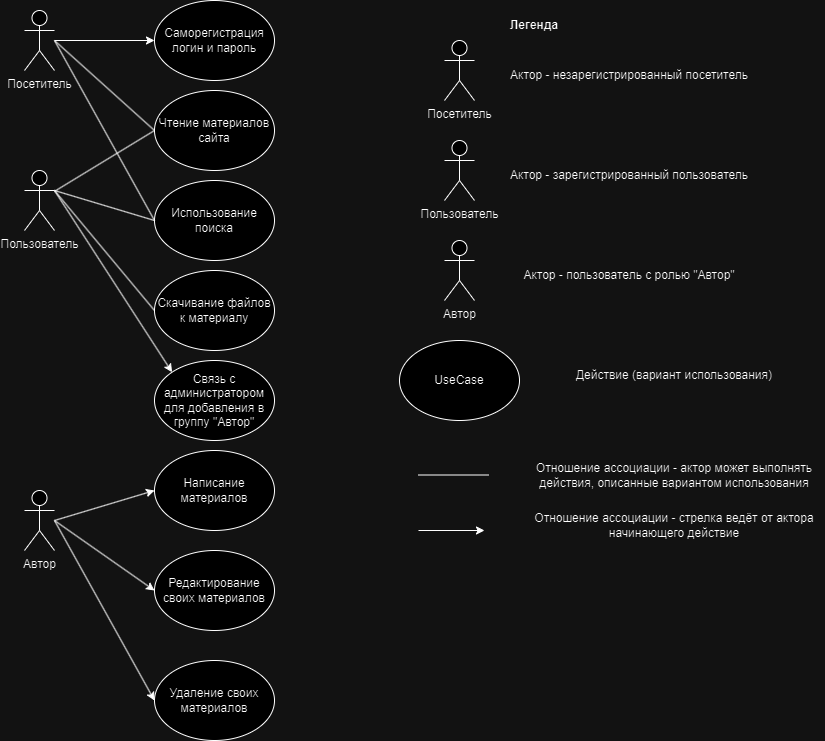
proDreams/Arch4901 keeps this draw.io diagram as HW6/UseCase Blog.drawio.png. Above is the earlier version. Source tidied: cells renumbered, new cells last; positions are measured from the earlier drawing's top-left corner, leaving out a move shared by most shapes. Source of this version:
```xml
<mxGraphModel>
  <root>
    <mxCell id="0" />
    <mxCell id="1" parent="0" />
    <mxCell id="2" value="Посетитель" style="shape=umlActor;verticalLabelPosition=bottom;verticalAlign=top;html=1;outlineConnect=0;" parent="1" vertex="1">
      <mxGeometry y="10" width="30" height="60" as="geometry" />
    </mxCell>
    <mxCell id="3" value="Саморегистрация&lt;br&gt;логин и пароль" style="ellipse;whiteSpace=wrap;html=1;" parent="1" vertex="1">
      <mxGeometry x="130" width="120" height="80" as="geometry" />
    </mxCell>
    <mxCell id="4" style="endArrow=classic;html=1;rounded=0;entryX=0;entryY=0.5;entryDx=0;entryDy=0;" parent="1" edge="1" source="2" target="3">
      <mxGeometry relative="1" as="geometry" />
    </mxCell>
    <mxCell id="5" value="Чтение материалов&lt;br&gt;сайта" style="ellipse;whiteSpace=wrap;html=1;" parent="1" vertex="1">
      <mxGeometry x="130" y="90" width="120" height="80" as="geometry" />
    </mxCell>
    <mxCell id="6" style="endArrow=none;html=1;rounded=0;entryX=0;entryY=0.5;entryDx=0;entryDy=0;" parent="1" edge="1" target="5">
      <mxGeometry relative="1" as="geometry">
        <mxPoint x="30" y="40" as="sourcePoint" />
      </mxGeometry>
    </mxCell>
    <mxCell id="7" value="Использование поиска" style="ellipse;whiteSpace=wrap;html=1;" parent="1" vertex="1">
      <mxGeometry x="130" y="180" width="120" height="80" as="geometry" />
    </mxCell>
    <mxCell id="8" style="endArrow=none;html=1;rounded=0;entryX=0;entryY=0.5;entryDx=0;entryDy=0;" parent="1" edge="1" target="7">
      <mxGeometry relative="1" as="geometry">
        <mxPoint x="30" y="40" as="sourcePoint" />
      </mxGeometry>
    </mxCell>
    <mxCell id="9" value="Скачивание файлов к материалу" style="ellipse;whiteSpace=wrap;html=1;" parent="1" vertex="1">
      <mxGeometry x="130" y="270" width="120" height="80" as="geometry" />
    </mxCell>
    <mxCell id="10" value="Пользователь" style="shape=umlActor;verticalLabelPosition=bottom;verticalAlign=top;html=1;outlineConnect=0;" parent="1" vertex="1">
      <mxGeometry y="170" width="30" height="60" as="geometry" />
    </mxCell>
    <mxCell id="11" style="endArrow=none;html=1;rounded=0;entryX=0;entryY=0.5;entryDx=0;entryDy=0;" parent="1" edge="1" source="10" target="5">
      <mxGeometry relative="1" as="geometry" />
    </mxCell>
    <mxCell id="12" style="endArrow=none;html=1;rounded=0;entryX=0;entryY=0.5;entryDx=0;entryDy=0;" parent="1" edge="1" target="7">
      <mxGeometry relative="1" as="geometry">
        <mxPoint x="30" y="190" as="sourcePoint" />
      </mxGeometry>
    </mxCell>
    <mxCell id="13" style="endArrow=none;html=1;rounded=0;entryX=0;entryY=0.5;entryDx=0;entryDy=0;exitX=1;exitY=0.3333333333333333;exitDx=0;exitDy=0;exitPerimeter=0;" parent="1" edge="1" source="10" target="9">
      <mxGeometry relative="1" as="geometry" />
    </mxCell>
    <mxCell id="14" value="Связь с администратором для добавления в группу &quot;Автор&quot;" style="ellipse;whiteSpace=wrap;html=1;" parent="1" vertex="1">
      <mxGeometry x="130" y="360" width="120" height="80" as="geometry" />
    </mxCell>
    <mxCell id="15" style="endArrow=classic;html=1;rounded=0;entryX=0;entryY=0;entryDx=0;entryDy=0;" parent="1" edge="1" target="14">
      <mxGeometry relative="1" as="geometry">
        <mxPoint x="30" y="190" as="sourcePoint" />
      </mxGeometry>
    </mxCell>
    <mxCell id="16" value="Автор" style="shape=umlActor;verticalLabelPosition=bottom;verticalAlign=top;html=1;" parent="1" vertex="1">
      <mxGeometry y="490" width="30" height="60" as="geometry" />
    </mxCell>
    <mxCell id="17" value="Написание материалов" style="ellipse;whiteSpace=wrap;html=1;" parent="1" vertex="1">
      <mxGeometry x="130" y="450" width="120" height="80" as="geometry" />
    </mxCell>
    <mxCell id="18" style="endArrow=classic;html=1;rounded=0;entryX=0;entryY=0.5;entryDx=0;entryDy=0;" parent="1" edge="1" target="17">
      <mxGeometry relative="1" as="geometry">
        <mxPoint x="30" y="520" as="sourcePoint" />
      </mxGeometry>
    </mxCell>
    <mxCell id="19" value="Редактирование своих материалов" style="ellipse;whiteSpace=wrap;html=1;" parent="1" vertex="1">
      <mxGeometry x="130" y="550" width="120" height="80" as="geometry" />
    </mxCell>
    <mxCell id="20" value="Удаление своих материалов" style="ellipse;whiteSpace=wrap;html=1;" parent="1" vertex="1">
      <mxGeometry x="130" y="660" width="120" height="80" as="geometry" />
    </mxCell>
    <mxCell id="21" style="endArrow=classic;html=1;rounded=0;entryX=0;entryY=0.5;entryDx=0;entryDy=0;" parent="1" edge="1" target="19">
      <mxGeometry relative="1" as="geometry">
        <mxPoint x="30" y="520" as="sourcePoint" />
      </mxGeometry>
    </mxCell>
    <mxCell id="22" style="endArrow=classic;html=1;rounded=0;entryX=0;entryY=0.5;entryDx=0;entryDy=0;" parent="1" edge="1" target="20">
      <mxGeometry relative="1" as="geometry">
        <mxPoint x="30" y="520" as="sourcePoint" />
      </mxGeometry>
    </mxCell>
    <mxCell id="23" value="&lt;b&gt;Легенда&lt;/b&gt;" style="text;html=1;strokeColor=none;fillColor=none;align=center;verticalAlign=middle;whiteSpace=wrap;rounded=0;" parent="1" vertex="1">
      <mxGeometry x="480" y="10" width="60" height="30" as="geometry" />
    </mxCell>
    <mxCell id="24" value="Посетитель" style="shape=umlActor;verticalLabelPosition=bottom;verticalAlign=top;html=1;" parent="1" vertex="1">
      <mxGeometry x="420" y="40" width="30" height="60" as="geometry" />
    </mxCell>
    <mxCell id="25" value="Актор - незарегистрированный посетитель" style="text;html=1;strokeColor=none;fillColor=none;align=center;verticalAlign=middle;whiteSpace=wrap;rounded=0;" parent="1" vertex="1">
      <mxGeometry x="480" y="60" width="250" height="30" as="geometry" />
    </mxCell>
    <mxCell id="26" value="Пользователь" style="shape=umlActor;verticalLabelPosition=bottom;verticalAlign=top;html=1;" parent="1" vertex="1">
      <mxGeometry x="420" y="140" width="30" height="60" as="geometry" />
    </mxCell>
    <mxCell id="27" value="Актор - зарегистрированный пользователь" style="text;html=1;strokeColor=none;fillColor=none;align=center;verticalAlign=middle;whiteSpace=wrap;rounded=0;" parent="1" vertex="1">
      <mxGeometry x="480" y="160" width="250" height="30" as="geometry" />
    </mxCell>
    <mxCell id="28" value="Автор" style="shape=umlActor;verticalLabelPosition=bottom;verticalAlign=top;html=1;" parent="1" vertex="1">
      <mxGeometry x="420" y="240" width="30" height="60" as="geometry" />
    </mxCell>
    <mxCell id="29" value="Актор - пользователь с ролью &quot;Автор&quot;" style="text;html=1;strokeColor=none;fillColor=none;align=center;verticalAlign=middle;whiteSpace=wrap;rounded=0;" parent="1" vertex="1">
      <mxGeometry x="480" y="260" width="250" height="30" as="geometry" />
    </mxCell>
    <mxCell id="30" value="UseCase" style="ellipse;whiteSpace=wrap;html=1;" parent="1" vertex="1">
      <mxGeometry x="375" y="340" width="120" height="80" as="geometry" />
    </mxCell>
    <mxCell id="31" value="Отношение ассоциации - актор может выполнять действия, описанные вариантом использования" style="text;html=1;strokeColor=none;fillColor=none;align=center;verticalAlign=middle;whiteSpace=wrap;rounded=0;" parent="1" vertex="1">
      <mxGeometry x="500" y="460" width="300" height="30" as="geometry" />
    </mxCell>
    <mxCell id="32" value="Действие (вариант использования)" style="text;html=1;strokeColor=none;fillColor=none;align=center;verticalAlign=middle;whiteSpace=wrap;rounded=0;" parent="1" vertex="1">
      <mxGeometry x="500" y="360" width="300" height="30" as="geometry" />
    </mxCell>
    <mxCell id="33" style="endArrow=none;html=1;rounded=0;" parent="1" edge="1">
      <mxGeometry relative="1" as="geometry">
        <mxPoint x="394" y="474.5" as="sourcePoint" />
        <mxPoint x="464" y="474.5" as="targetPoint" />
      </mxGeometry>
    </mxCell>
    <mxCell id="34" value="Отношение ассоциации - стрелка ведёт от актора начинающего действие" style="text;html=1;strokeColor=none;fillColor=none;align=center;verticalAlign=middle;whiteSpace=wrap;rounded=0;" parent="1" vertex="1">
      <mxGeometry x="500" y="510" width="300" height="30" as="geometry" />
    </mxCell>
    <mxCell id="35" style="endArrow=classic;html=1;rounded=0;" parent="1" edge="1">
      <mxGeometry relative="1" as="geometry">
        <mxPoint x="394" y="530" as="sourcePoint" />
        <mxPoint x="460" y="530" as="targetPoint" />
      </mxGeometry>
    </mxCell>
  </root>
</mxGraphModel>
```
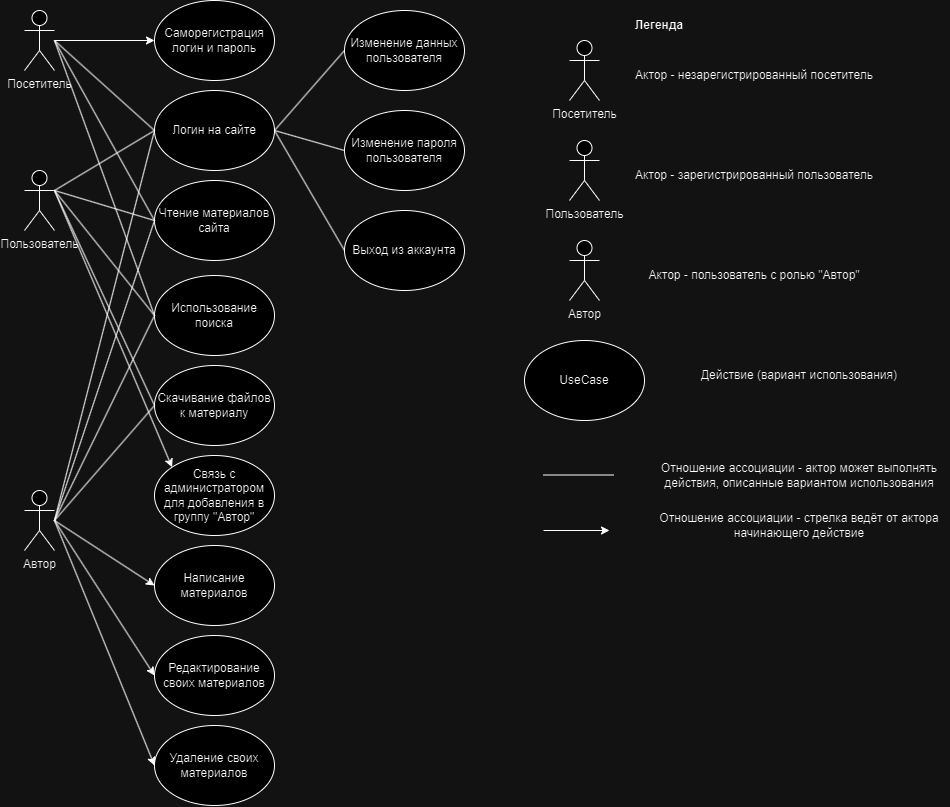
Above is the later version.

The edit, as a diff of the source:
```diff
@@ -12,7 +12,7 @@
       <mxGeometry relative="1" as="geometry" />
     </mxCell>
     <mxCell id="5" value="Чтение материалов&lt;br&gt;сайта" style="ellipse;whiteSpace=wrap;html=1;" parent="1" vertex="1">
-      <mxGeometry x="130" y="90" width="120" height="80" as="geometry" />
+      <mxGeometry x="130" y="180" width="120" height="80" as="geometry" />
     </mxCell>
     <mxCell id="6" style="endArrow=none;html=1;rounded=0;entryX=0;entryY=0.5;entryDx=0;entryDy=0;" parent="1" edge="1" target="5">
       <mxGeometry relative="1" as="geometry">
@@ -20,7 +20,7 @@
       </mxGeometry>
     </mxCell>
     <mxCell id="7" value="Использование поиска" style="ellipse;whiteSpace=wrap;html=1;" parent="1" vertex="1">
-      <mxGeometry x="130" y="180" width="120" height="80" as="geometry" />
+      <mxGeometry x="130" y="275" width="120" height="80" as="geometry" />
     </mxCell>
     <mxCell id="8" style="endArrow=none;html=1;rounded=0;entryX=0;entryY=0.5;entryDx=0;entryDy=0;" parent="1" edge="1" target="7">
       <mxGeometry relative="1" as="geometry">
@@ -28,13 +28,15 @@
       </mxGeometry>
     </mxCell>
     <mxCell id="9" value="Скачивание файлов к материалу" style="ellipse;whiteSpace=wrap;html=1;" parent="1" vertex="1">
-      <mxGeometry x="130" y="270" width="120" height="80" as="geometry" />
+      <mxGeometry x="130" y="365" width="120" height="80" as="geometry" />
     </mxCell>
     <mxCell id="10" value="Пользователь" style="shape=umlActor;verticalLabelPosition=bottom;verticalAlign=top;html=1;outlineConnect=0;" parent="1" vertex="1">
       <mxGeometry y="170" width="30" height="60" as="geometry" />
     </mxCell>
-    <mxCell id="11" style="endArrow=none;html=1;rounded=0;entryX=0;entryY=0.5;entryDx=0;entryDy=0;" parent="1" edge="1" source="10" target="5">
-      <mxGeometry relative="1" as="geometry" />
+    <mxCell id="11" style="endArrow=none;html=1;rounded=0;entryX=0;entryY=0.5;entryDx=0;entryDy=0;" parent="1" edge="1" target="5">
+      <mxGeometry relative="1" as="geometry">
+        <mxPoint x="30" y="190" as="sourcePoint" />
+      </mxGeometry>
     </mxCell>
     <mxCell id="12" style="endArrow=none;html=1;rounded=0;entryX=0;entryY=0.5;entryDx=0;entryDy=0;" parent="1" edge="1" target="7">
       <mxGeometry relative="1" as="geometry">
@@ -45,7 +47,7 @@
       <mxGeometry relative="1" as="geometry" />
     </mxCell>
     <mxCell id="14" value="Связь с администратором для добавления в группу &quot;Автор&quot;" style="ellipse;whiteSpace=wrap;html=1;" parent="1" vertex="1">
-      <mxGeometry x="130" y="360" width="120" height="80" as="geometry" />
+      <mxGeometry x="130" y="455" width="120" height="80" as="geometry" />
     </mxCell>
     <mxCell id="15" style="endArrow=classic;html=1;rounded=0;entryX=0;entryY=0;entryDx=0;entryDy=0;" parent="1" edge="1" target="14">
       <mxGeometry relative="1" as="geometry">
@@ -56,7 +58,7 @@
       <mxGeometry y="490" width="30" height="60" as="geometry" />
     </mxCell>
     <mxCell id="17" value="Написание материалов" style="ellipse;whiteSpace=wrap;html=1;" parent="1" vertex="1">
-      <mxGeometry x="130" y="450" width="120" height="80" as="geometry" />
+      <mxGeometry x="130" y="545" width="120" height="80" as="geometry" />
     </mxCell>
     <mxCell id="18" style="endArrow=classic;html=1;rounded=0;entryX=0;entryY=0.5;entryDx=0;entryDy=0;" parent="1" edge="1" target="17">
       <mxGeometry relative="1" as="geometry">
@@ -64,10 +66,10 @@
       </mxGeometry>
     </mxCell>
     <mxCell id="19" value="Редактирование своих материалов" style="ellipse;whiteSpace=wrap;html=1;" parent="1" vertex="1">
-      <mxGeometry x="130" y="550" width="120" height="80" as="geometry" />
+      <mxGeometry x="130" y="635" width="120" height="80" as="geometry" />
     </mxCell>
     <mxCell id="20" value="Удаление своих материалов" style="ellipse;whiteSpace=wrap;html=1;" parent="1" vertex="1">
-      <mxGeometry x="130" y="660" width="120" height="80" as="geometry" />
+      <mxGeometry x="130" y="725" width="120" height="80" as="geometry" />
     </mxCell>
     <mxCell id="21" style="endArrow=classic;html=1;rounded=0;entryX=0;entryY=0.5;entryDx=0;entryDy=0;" parent="1" edge="1" target="19">
       <mxGeometry relative="1" as="geometry">
@@ -80,49 +82,103 @@
       </mxGeometry>
     </mxCell>
     <mxCell id="23" value="&lt;b&gt;Легенда&lt;/b&gt;" style="text;html=1;strokeColor=none;fillColor=none;align=center;verticalAlign=middle;whiteSpace=wrap;rounded=0;" parent="1" vertex="1">
-      <mxGeometry x="480" y="10" width="60" height="30" as="geometry" />
+      <mxGeometry x="605" y="10" width="60" height="30" as="geometry" />
     </mxCell>
     <mxCell id="24" value="Посетитель" style="shape=umlActor;verticalLabelPosition=bottom;verticalAlign=top;html=1;" parent="1" vertex="1">
-      <mxGeometry x="420" y="40" width="30" height="60" as="geometry" />
+      <mxGeometry x="545" y="40" width="30" height="60" as="geometry" />
     </mxCell>
     <mxCell id="25" value="Актор - незарегистрированный посетитель" style="text;html=1;strokeColor=none;fillColor=none;align=center;verticalAlign=middle;whiteSpace=wrap;rounded=0;" parent="1" vertex="1">
-      <mxGeometry x="480" y="60" width="250" height="30" as="geometry" />
+      <mxGeometry x="605" y="60" width="250" height="30" as="geometry" />
     </mxCell>
     <mxCell id="26" value="Пользователь" style="shape=umlActor;verticalLabelPosition=bottom;verticalAlign=top;html=1;" parent="1" vertex="1">
-      <mxGeometry x="420" y="140" width="30" height="60" as="geometry" />
+      <mxGeometry x="545" y="140" width="30" height="60" as="geometry" />
     </mxCell>
     <mxCell id="27" value="Актор - зарегистрированный пользователь" style="text;html=1;strokeColor=none;fillColor=none;align=center;verticalAlign=middle;whiteSpace=wrap;rounded=0;" parent="1" vertex="1">
-      <mxGeometry x="480" y="160" width="250" height="30" as="geometry" />
+      <mxGeometry x="605" y="160" width="250" height="30" as="geometry" />
     </mxCell>
     <mxCell id="28" value="Автор" style="shape=umlActor;verticalLabelPosition=bottom;verticalAlign=top;html=1;" parent="1" vertex="1">
-      <mxGeometry x="420" y="240" width="30" height="60" as="geometry" />
+      <mxGeometry x="545" y="240" width="30" height="60" as="geometry" />
     </mxCell>
     <mxCell id="29" value="Актор - пользователь с ролью &quot;Автор&quot;" style="text;html=1;strokeColor=none;fillColor=none;align=center;verticalAlign=middle;whiteSpace=wrap;rounded=0;" parent="1" vertex="1">
-      <mxGeometry x="480" y="260" width="250" height="30" as="geometry" />
+      <mxGeometry x="605" y="260" width="250" height="30" as="geometry" />
     </mxCell>
     <mxCell id="30" value="UseCase" style="ellipse;whiteSpace=wrap;html=1;" parent="1" vertex="1">
-      <mxGeometry x="375" y="340" width="120" height="80" as="geometry" />
+      <mxGeometry x="500" y="340" width="120" height="80" as="geometry" />
     </mxCell>
     <mxCell id="31" value="Отношение ассоциации - актор может выполнять действия, описанные вариантом использования" style="text;html=1;strokeColor=none;fillColor=none;align=center;verticalAlign=middle;whiteSpace=wrap;rounded=0;" parent="1" vertex="1">
-      <mxGeometry x="500" y="460" width="300" height="30" as="geometry" />
+      <mxGeometry x="625" y="460" width="300" height="30" as="geometry" />
     </mxCell>
     <mxCell id="32" value="Действие (вариант использования)" style="text;html=1;strokeColor=none;fillColor=none;align=center;verticalAlign=middle;whiteSpace=wrap;rounded=0;" parent="1" vertex="1">
-      <mxGeometry x="500" y="360" width="300" height="30" as="geometry" />
+      <mxGeometry x="625" y="360" width="300" height="30" as="geometry" />
     </mxCell>
     <mxCell id="33" style="endArrow=none;html=1;rounded=0;" parent="1" edge="1">
       <mxGeometry relative="1" as="geometry">
-        <mxPoint x="394" y="474.5" as="sourcePoint" />
-        <mxPoint x="464" y="474.5" as="targetPoint" />
+        <mxPoint x="519" y="474.5" as="sourcePoint" />
+        <mxPoint x="589" y="474.5" as="targetPoint" />
       </mxGeometry>
     </mxCell>
     <mxCell id="34" value="Отношение ассоциации - стрелка ведёт от актора начинающего действие" style="text;html=1;strokeColor=none;fillColor=none;align=center;verticalAlign=middle;whiteSpace=wrap;rounded=0;" parent="1" vertex="1">
-      <mxGeometry x="500" y="510" width="300" height="30" as="geometry" />
+      <mxGeometry x="625" y="510" width="300" height="30" as="geometry" />
     </mxCell>
     <mxCell id="35" style="endArrow=classic;html=1;rounded=0;" parent="1" edge="1">
       <mxGeometry relative="1" as="geometry">
-        <mxPoint x="394" y="530" as="sourcePoint" />
-        <mxPoint x="460" y="530" as="targetPoint" />
+        <mxPoint x="519" y="530" as="sourcePoint" />
+        <mxPoint x="585" y="530" as="targetPoint" />
       </mxGeometry>
     </mxCell>
+    <mxCell id="36" style="endArrow=none;html=1;rounded=0;entryX=0;entryY=0.5;entryDx=0;entryDy=0;" parent="1" edge="1" target="5">
+      <mxGeometry relative="1" as="geometry">
+        <mxPoint x="30" y="520" as="sourcePoint" />
+      </mxGeometry>
+    </mxCell>
+    <mxCell id="37" style="endArrow=none;html=1;rounded=0;entryX=0;entryY=0.5;entryDx=0;entryDy=0;" parent="1" edge="1" target="7">
+      <mxGeometry relative="1" as="geometry">
+        <mxPoint x="30" y="520" as="sourcePoint" />
+      </mxGeometry>
+    </mxCell>
+    <mxCell id="38" style="endArrow=none;html=1;rounded=0;entryX=0;entryY=0.5;entryDx=0;entryDy=0;" parent="1" edge="1" target="9">
+      <mxGeometry relative="1" as="geometry">
+        <mxPoint x="30" y="520" as="sourcePoint" />
+      </mxGeometry>
+    </mxCell>
+    <mxCell id="39" value="Логин на сайте" style="ellipse;whiteSpace=wrap;html=1;" parent="1" vertex="1">
+      <mxGeometry x="130" y="90" width="120" height="80" as="geometry" />
+    </mxCell>
+    <mxCell id="40" style="endArrow=none;html=1;rounded=0;entryX=0;entryY=0.5;entryDx=0;entryDy=0;" parent="1" edge="1" target="39">
+      <mxGeometry relative="1" as="geometry">
+        <mxPoint x="30" y="190" as="sourcePoint" />
+      </mxGeometry>
+    </mxCell>
+    <mxCell id="41" style="endArrow=none;html=1;rounded=0;" parent="1" edge="1">
+      <mxGeometry relative="1" as="geometry">
+        <mxPoint x="30" y="40" as="sourcePoint" />
+        <mxPoint x="130" y="130" as="targetPoint" />
+      </mxGeometry>
+    </mxCell>
+    <mxCell id="42" value="Изменение данных пользователя" style="ellipse;whiteSpace=wrap;html=1;" parent="1" vertex="1">
+      <mxGeometry x="320" y="10" width="120" height="80" as="geometry" />
+    </mxCell>
+    <mxCell id="43" value="Изменение пароля пользователя" style="ellipse;whiteSpace=wrap;html=1;" parent="1" vertex="1">
+      <mxGeometry x="320" y="110" width="120" height="80" as="geometry" />
+    </mxCell>
+    <mxCell id="44" style="endArrow=none;html=1;rounded=0;entryX=0;entryY=0.5;entryDx=0;entryDy=0;" parent="1" edge="1" target="39">
+      <mxGeometry relative="1" as="geometry">
+        <mxPoint x="30" y="520" as="sourcePoint" />
+      </mxGeometry>
+    </mxCell>
+    <mxCell id="45" value="Выход из аккаунта" style="ellipse;whiteSpace=wrap;html=1;" parent="1" vertex="1">
+      <mxGeometry x="320" y="210" width="120" height="80" as="geometry" />
+    </mxCell>
+    <mxCell id="46" style="endArrow=none;html=1;rounded=0;exitX=1;exitY=0.5;exitDx=0;exitDy=0;entryX=0;entryY=0.5;entryDx=0;entryDy=0;" parent="1" edge="1" source="39" target="42">
+      <mxGeometry relative="1" as="geometry" />
+    </mxCell>
+    <mxCell id="47" style="endArrow=none;html=1;rounded=0;entryX=0;entryY=0.5;entryDx=0;entryDy=0;" parent="1" edge="1" target="43">
+      <mxGeometry relative="1" as="geometry">
+        <mxPoint x="250" y="130" as="sourcePoint" />
+      </mxGeometry>
+    </mxCell>
+    <mxCell id="48" style="endArrow=none;html=1;rounded=0;entryX=0;entryY=0.5;entryDx=0;entryDy=0;exitX=1;exitY=0.5;exitDx=0;exitDy=0;" parent="1" edge="1" source="39" target="45">
+      <mxGeometry relative="1" as="geometry" />
+    </mxCell>
   </root>
 </mxGraphModel>
```
